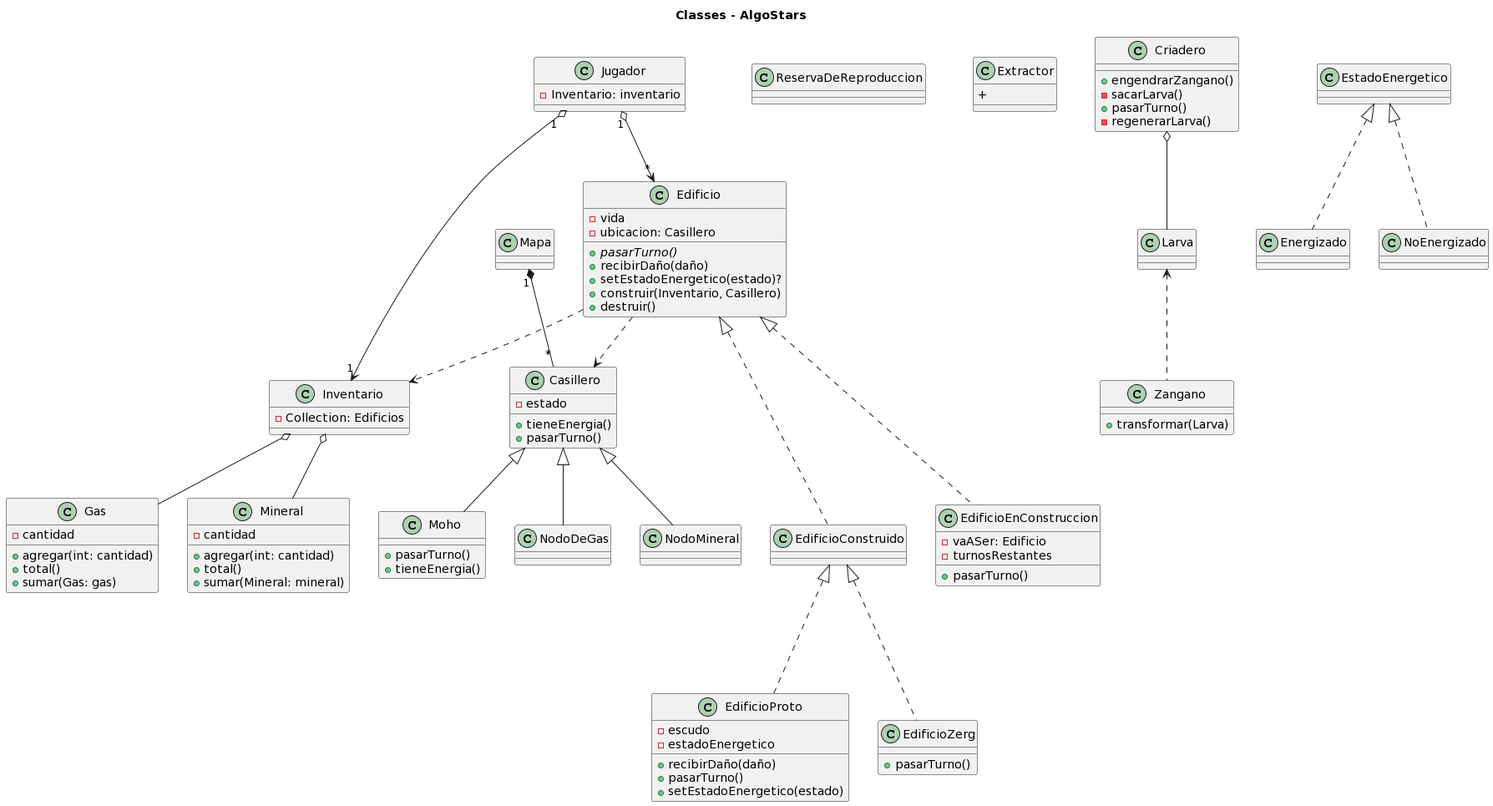
Above: diagrams/classes/clasesTentativas.png in m-cabrerar/AlgoStar (PlantUML), before the change.
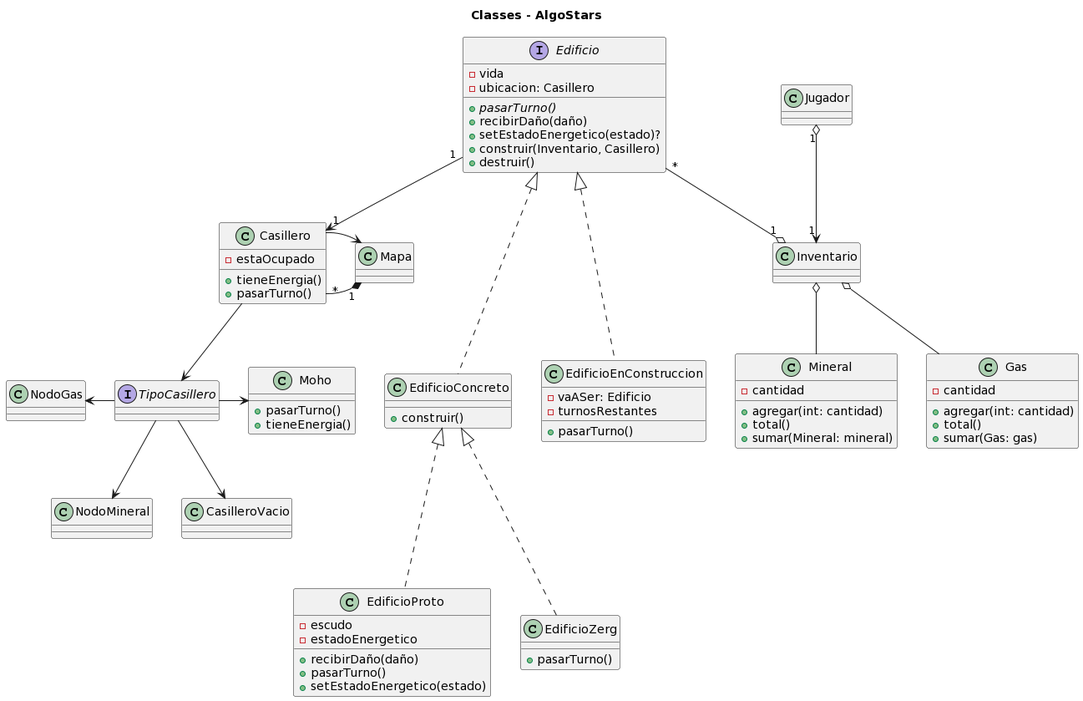
The same file after the commit.

Commit message:
actualización de diagramas de clase

What changed in the source:
```diff
@@ -2,10 +2,9 @@
 title Classes - AlgoStars
 
 class Jugador {
- - Inventario: inventario
 }
 
-class Edificio {
+interface Edificio {
     -vida
     -ubicacion: Casillero
     {abstract}+ pasarTurno()
@@ -15,7 +14,8 @@
     + destruir()
 }
 
-class EdificioConstruido{
+class EdificioConcreto{
++construir()
 }
 
 class EdificioEnConstruccion {
@@ -39,7 +39,7 @@
 class Casillero {
     + tieneEnergia()
     + pasarTurno()
-    - estado
+    - estaOcupado
 }
 
 class Mineral {
@@ -62,50 +62,34 @@
 }
 
 class Inventario {
- - Collection: Edificios
 }
 
+interface TipoCasillero{}
 
-class ReservaDeReproduccion {
-}
-class Extractor {
- +
-}
-class Criadero {
- + engendrarZangano()
- - sacarLarva()
- + pasarTurno()
- - regenerarLarva()
-}
-class Larva {
-}
-class Zangano{
- + transformar(Larva)
-}
-Larva <.. Zangano
-Criadero o-- Larva
 
-Casillero <|-- NodoDeGas
-Casillero <|-- Moho
-Casillero <|-- NodoMineral
+
+Casillero --> TipoCasillero
+
+NodoGas <- TipoCasillero
+TipoCasillero --> NodoMineral
+TipoCasillero --> CasilleroVacio
+TipoCasillero -> Moho
 
 Inventario o-- Gas
 Inventario o-- Mineral
 
-Mapa "1" *-- "*" Casillero
+Mapa "1" *- "*" Casillero
+Casillero -> Mapa
 
-Edificio ..> Inventario
-Edificio ..> Casillero
+Edificio "*"--o "1" Inventario
+Edificio "1"-->"1" Casillero
 
 
-Edificio <|... EdificioConstruido
+Edificio <|... EdificioConcreto
 Edificio <|... EdificioEnConstruccion
-EdificioConstruido <|... EdificioZerg
-EdificioConstruido <|... EdificioProto
+EdificioConcreto <|... EdificioZerg
+EdificioConcreto <|... EdificioProto
 
-EstadoEnergetico <|.. Energizado
-EstadoEnergetico <|.. NoEnergizado
 
 Jugador "1" o--> "1" Inventario
-Jugador "1" o--> "*" Edificio
 @enduml
```
